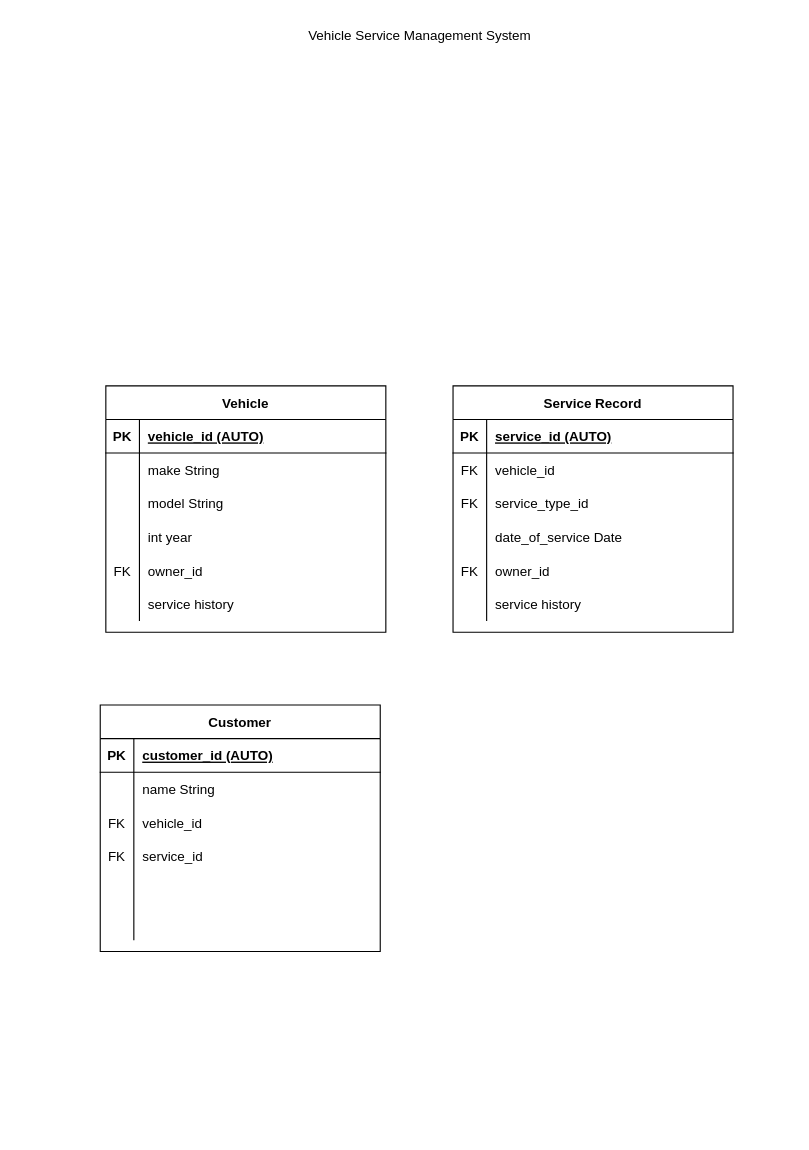
Earlier version of the draw.io diagram ModelDiagram.drawio (yasharya2901/VehicleServiceMangement). Source tidied: cells renumbered, new cells numbered last; positions are measured from the earlier drawing's top-left corner, leaving out a move shared by most shapes. Both pictures are drawn from the tidied source at 112%, with x=0, y=0 at pixel (100, 19).
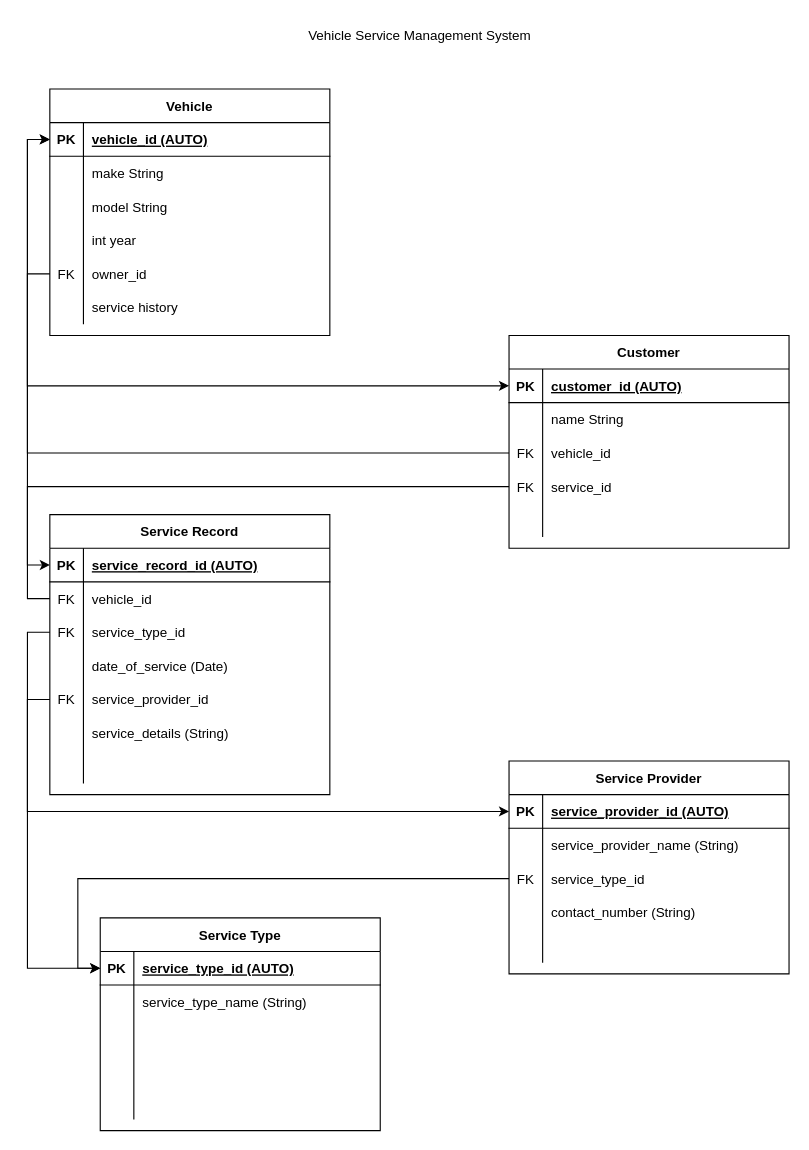
After the change.

Commit message (it also covers changes not shown here):
Update the Model Diagram

The change refers to these unchanged cells:
```xml
<mxCell id="3" style="shape=partialRectangle;fillColor=none;points=[[0,0.5],[1,0.5]];portConstraint=eastwest;top=0;left=0;right=0;bottom=1;" parent="2" vertex="1">
  <mxGeometry y="30" width="250" height="30" as="geometry" />
</mxCell>
<mxCell id="15" style="shape=partialRectangle;fillColor=none;points=[[0,0.5],[1,0.5]];portConstraint=eastwest;top=0;left=0;right=0;bottom=0;" parent="2" vertex="1">
  <mxGeometry y="150" width="250" height="30" as="geometry" />
</mxCell>
<mxCell id="23" style="shape=partialRectangle;fillColor=none;points=[[0,0.5],[1,0.5]];portConstraint=eastwest;top=0;left=0;right=0;bottom=1;" parent="22" vertex="1">
  <mxGeometry y="30" width="250" height="30" as="geometry" />
</mxCell>
<mxCell id="29" style="shape=partialRectangle;fillColor=none;points=[[0,0.5],[1,0.5]];portConstraint=eastwest;top=0;left=0;right=0;bottom=0;" parent="22" vertex="1">
  <mxGeometry y="90" width="250" height="30" as="geometry" />
</mxCell>
<mxCell id="32" style="shape=partialRectangle;fillColor=none;points=[[0,0.5],[1,0.5]];portConstraint=eastwest;top=0;left=0;right=0;bottom=0;" parent="22" vertex="1">
  <mxGeometry y="120" width="250" height="30" as="geometry" />
</mxCell>
<mxCell id="42" style="shape=partialRectangle;fillColor=none;points=[[0,0.5],[1,0.5]];portConstraint=eastwest;top=0;left=0;right=0;bottom=1;" parent="41" vertex="1">
  <mxGeometry y="30" width="250" height="30" as="geometry" />
</mxCell>
<mxCell id="45" style="shape=partialRectangle;fillColor=none;points=[[0,0.5],[1,0.5]];portConstraint=eastwest;top=0;left=0;right=0;bottom=0;" parent="41" vertex="1">
  <mxGeometry y="60" width="250" height="30" as="geometry" />
</mxCell>
<mxCell id="48" style="shape=partialRectangle;fillColor=none;points=[[0,0.5],[1,0.5]];portConstraint=eastwest;top=0;left=0;right=0;bottom=0;" parent="41" vertex="1">
  <mxGeometry y="90" width="250" height="30" as="geometry" />
</mxCell>
<mxCell id="51" style="shape=partialRectangle;fillColor=none;top=0;left=0;right=0;bottom=0;" parent="41" vertex="1">
  <mxGeometry y="120" width="250" height="30" as="geometry" />
</mxCell>
<mxCell id="54" style="shape=partialRectangle;fillColor=none;points=[[0,0.5],[1,0.5]];portConstraint=eastwest;top=0;left=0;right=0;bottom=0;" parent="41" vertex="1">
  <mxGeometry y="150" width="250" height="30" as="geometry" />
</mxCell>
<mxCell id="57" style="shape=partialRectangle;fillColor=none;top=0;left=0;right=0;bottom=0;" parent="41" vertex="1">
  <mxGeometry y="180" width="250" height="30" as="geometry" />
</mxCell>
```

Diff of the diagram source:
```diff
@@
     <mxCell id="2" value="Vehicle" style="shape=table;startSize=30;childLayout=tableLayout;rowLines=0;fontStyle=1;align=center;" parent="1" vertex="1">
-      <mxGeometry x="5" y="327" width="250" height="220" as="geometry" />
+      <mxGeometry x="-45" y="62" width="250" height="220" as="geometry" />
     </mxCell>
@@
     <mxCell id="22" value="Customer" style="shape=table;startSize=30;childLayout=tableLayout;rowLines=0;fontStyle=1;align=center;" parent="1" vertex="1">
-      <mxGeometry y="612" width="250" height="220" as="geometry" />
+      <mxGeometry x="365" y="282" width="250" height="190" as="geometry" />
     </mxCell>
@@
-    <mxCell id="38" style="shape=partialRectangle;fillColor=none;top=0;left=0;right=0;bottom=0;" parent="22" vertex="1">
-      <mxGeometry y="180" width="250" height="30" as="geometry" />
-    </mxCell>
-    <mxCell id="39" style="shape=partialRectangle;overflow=hidden;fillColor=none;top=0;left=0;bottom=0;right=0;" parent="38" vertex="1">
-      <mxGeometry width="30" height="30" as="geometry" />
-    </mxCell>
-    <mxCell id="40" style="shape=partialRectangle;overflow=hidden;fillColor=none;top=0;left=0;bottom=0;right=0;align=left;spacingLeft=6;" parent="38" vertex="1">
-      <mxGeometry x="30" width="220" height="30" as="geometry" />
-    </mxCell>
     <mxCell id="41" value="Service Record" style="shape=table;startSize=30;childLayout=tableLayout;rowLines=0;fontStyle=1;align=center;" parent="1" vertex="1">
-      <mxGeometry x="315" y="327" width="250" height="220" as="geometry" />
+      <mxGeometry x="-45" y="442" width="250" height="250" as="geometry" />
     </mxCell>
@@
-    <mxCell id="44" value="service_id (AUTO)" style="shape=partialRectangle;overflow=hidden;fillColor=none;top=0;left=0;bottom=0;right=0;align=left;spacingLeft=6;fontStyle=5;" parent="42" vertex="1">
+    <mxCell id="44" value="service_record_id (AUTO)" style="shape=partialRectangle;overflow=hidden;fillColor=none;top=0;left=0;bottom=0;right=0;align=left;spacingLeft=6;fontStyle=5;" parent="42" vertex="1">
       <mxGeometry x="30" width="220" height="30" as="geometry" />
     </mxCell>
@@
-    <mxCell id="53" value="date_of_service Date" style="shape=partialRectangle;overflow=hidden;fillColor=none;top=0;left=0;bottom=0;right=0;align=left;spacingLeft=6;" parent="51" vertex="1">
+    <mxCell id="53" value="date_of_service (Date)" style="shape=partialRectangle;overflow=hidden;fillColor=none;top=0;left=0;bottom=0;right=0;align=left;spacingLeft=6;" parent="51" vertex="1">
       <mxGeometry x="30" width="220" height="30" as="geometry" />
     </mxCell>
@@
-    <mxCell id="56" value="owner_id" style="shape=partialRectangle;overflow=hidden;fillColor=none;top=0;left=0;bottom=0;right=0;align=left;spacingLeft=6;" parent="54" vertex="1">
+    <mxCell id="56" value="service_provider_id" style="shape=partialRectangle;overflow=hidden;fillColor=none;top=0;left=0;bottom=0;right=0;align=left;spacingLeft=6;" parent="54" vertex="1">
       <mxGeometry x="30" width="220" height="30" as="geometry" />
     </mxCell>
@@
-    <mxCell id="59" value="service history" style="shape=partialRectangle;overflow=hidden;fillColor=none;top=0;left=0;bottom=0;right=0;align=left;spacingLeft=6;" parent="57" vertex="1">
+    <mxCell id="59" value="service_details (String)" style="shape=partialRectangle;overflow=hidden;fillColor=none;top=0;left=0;bottom=0;right=0;align=left;spacingLeft=6;" parent="57" vertex="1">
       <mxGeometry x="30" width="220" height="30" as="geometry" />
     </mxCell>
+    <mxCell id="60" style="shape=partialRectangle;fillColor=none;top=0;left=0;right=0;bottom=0;" parent="41" vertex="1">
+      <mxGeometry y="210" width="250" height="30" as="geometry" />
+    </mxCell>
+    <mxCell id="61" style="shape=partialRectangle;overflow=hidden;fillColor=none;top=0;left=0;bottom=0;right=0;" parent="60" vertex="1">
+      <mxGeometry width="30" height="30" as="geometry" />
+    </mxCell>
+    <mxCell id="62" style="shape=partialRectangle;overflow=hidden;fillColor=none;top=0;left=0;bottom=0;right=0;align=left;spacingLeft=6;" parent="60" vertex="1">
+      <mxGeometry x="30" width="220" height="30" as="geometry" />
+    </mxCell>
+    <mxCell id="63" value="Service Type" style="shape=table;startSize=30;childLayout=tableLayout;rowLines=0;fontStyle=1;align=center;" parent="1" vertex="1">
+      <mxGeometry y="802" width="250" height="190" as="geometry" />
+    </mxCell>
+    <mxCell id="64" style="shape=partialRectangle;fillColor=none;points=[[0,0.5],[1,0.5]];portConstraint=eastwest;top=0;left=0;right=0;bottom=1;" parent="63" vertex="1">
+      <mxGeometry y="30" width="250" height="30" as="geometry" />
+    </mxCell>
+    <mxCell id="65" value="PK" style="shape=partialRectangle;overflow=hidden;fillColor=none;top=0;left=0;bottom=0;right=0;fontStyle=1;" parent="64" vertex="1">
+      <mxGeometry width="30" height="30" as="geometry" />
+    </mxCell>
+    <mxCell id="66" value="service_type_id (AUTO)" style="shape=partialRectangle;overflow=hidden;fillColor=none;top=0;left=0;bottom=0;right=0;align=left;spacingLeft=6;fontStyle=5;" parent="64" vertex="1">
+      <mxGeometry x="30" width="220" height="30" as="geometry" />
+    </mxCell>
+    <mxCell id="67" style="shape=partialRectangle;fillColor=none;top=0;left=0;right=0;bottom=0;" parent="63" vertex="1">
+      <mxGeometry y="60" width="250" height="30" as="geometry" />
+    </mxCell>
+    <mxCell id="68" style="shape=partialRectangle;overflow=hidden;fillColor=none;top=0;left=0;bottom=0;right=0;" parent="67" vertex="1">
+      <mxGeometry width="30" height="30" as="geometry" />
+    </mxCell>
+    <mxCell id="69" value="service_type_name (String)" style="shape=partialRectangle;overflow=hidden;fillColor=none;top=0;left=0;bottom=0;right=0;align=left;spacingLeft=6;" parent="67" vertex="1">
+      <mxGeometry x="30" width="220" height="30" as="geometry" />
+    </mxCell>
+    <mxCell id="70" style="shape=partialRectangle;fillColor=none;top=0;left=0;right=0;bottom=0;" parent="63" vertex="1">
+      <mxGeometry y="90" width="250" height="30" as="geometry" />
+    </mxCell>
+    <mxCell id="71" style="shape=partialRectangle;overflow=hidden;fillColor=none;top=0;left=0;bottom=0;right=0;" parent="70" vertex="1">
+      <mxGeometry width="30" height="30" as="geometry" />
+    </mxCell>
+    <mxCell id="72" style="shape=partialRectangle;overflow=hidden;fillColor=none;top=0;left=0;bottom=0;right=0;align=left;spacingLeft=6;" parent="70" vertex="1">
+      <mxGeometry x="30" width="220" height="30" as="geometry" />
+    </mxCell>
+    <mxCell id="73" style="shape=partialRectangle;fillColor=none;top=0;left=0;right=0;bottom=0;" parent="63" vertex="1">
+      <mxGeometry y="120" width="250" height="30" as="geometry" />
+    </mxCell>
+    <mxCell id="74" style="shape=partialRectangle;overflow=hidden;fillColor=none;top=0;left=0;bottom=0;right=0;" parent="73" vertex="1">
+      <mxGeometry width="30" height="30" as="geometry" />
+    </mxCell>
+    <mxCell id="75" style="shape=partialRectangle;overflow=hidden;fillColor=none;top=0;left=0;bottom=0;right=0;align=left;spacingLeft=6;" parent="73" vertex="1">
+      <mxGeometry x="30" width="220" height="30" as="geometry" />
+    </mxCell>
+    <mxCell id="76" style="shape=partialRectangle;fillColor=none;top=0;left=0;right=0;bottom=0;" parent="63" vertex="1">
+      <mxGeometry y="150" width="250" height="30" as="geometry" />
+    </mxCell>
+    <mxCell id="77" style="shape=partialRectangle;overflow=hidden;fillColor=none;top=0;left=0;bottom=0;right=0;" parent="76" vertex="1">
+      <mxGeometry width="30" height="30" as="geometry" />
+    </mxCell>
+    <mxCell id="78" style="shape=partialRectangle;overflow=hidden;fillColor=none;top=0;left=0;bottom=0;right=0;align=left;spacingLeft=6;" parent="76" vertex="1">
+      <mxGeometry x="30" width="220" height="30" as="geometry" />
+    </mxCell>
+    <mxCell id="79" value="Service Provider" style="shape=table;startSize=30;childLayout=tableLayout;rowLines=0;fontStyle=1;align=center;" parent="1" vertex="1">
+      <mxGeometry x="365" y="662" width="250" height="190" as="geometry" />
+    </mxCell>
+    <mxCell id="80" style="shape=partialRectangle;fillColor=none;points=[[0,0.5],[1,0.5]];portConstraint=eastwest;top=0;left=0;right=0;bottom=1;" parent="79" vertex="1">
+      <mxGeometry y="30" width="250" height="30" as="geometry" />
+    </mxCell>
+    <mxCell id="81" value="PK" style="shape=partialRectangle;overflow=hidden;fillColor=none;top=0;left=0;bottom=0;right=0;fontStyle=1;" parent="80" vertex="1">
+      <mxGeometry width="30" height="30" as="geometry" />
+    </mxCell>
+    <mxCell id="82" value="service_provider_id (AUTO)" style="shape=partialRectangle;overflow=hidden;fillColor=none;top=0;left=0;bottom=0;right=0;align=left;spacingLeft=6;fontStyle=5;" parent="80" vertex="1">
+      <mxGeometry x="30" width="220" height="30" as="geometry" />
+    </mxCell>
+    <mxCell id="83" style="shape=partialRectangle;fillColor=none;top=0;left=0;right=0;bottom=0;" parent="79" vertex="1">
+      <mxGeometry y="60" width="250" height="30" as="geometry" />
+    </mxCell>
+    <mxCell id="84" style="shape=partialRectangle;overflow=hidden;fillColor=none;top=0;left=0;bottom=0;right=0;" parent="83" vertex="1">
+      <mxGeometry width="30" height="30" as="geometry" />
+    </mxCell>
+    <mxCell id="85" value="service_provider_name (String)" style="shape=partialRectangle;overflow=hidden;fillColor=none;top=0;left=0;bottom=0;right=0;align=left;spacingLeft=6;" parent="83" vertex="1">
+      <mxGeometry x="30" width="220" height="30" as="geometry" />
+    </mxCell>
+    <mxCell id="86" style="shape=partialRectangle;fillColor=none;points=[[0,0.5],[1,0.5]];portConstraint=eastwest;top=0;left=0;right=0;bottom=0;" parent="79" vertex="1">
+      <mxGeometry y="90" width="250" height="30" as="geometry" />
+    </mxCell>
+    <mxCell id="87" value="FK" style="shape=partialRectangle;overflow=hidden;fillColor=none;top=0;left=0;bottom=0;right=0;" parent="86" vertex="1">
+      <mxGeometry width="30" height="30" as="geometry" />
+    </mxCell>
+    <mxCell id="88" value="service_type_id" style="shape=partialRectangle;overflow=hidden;fillColor=none;top=0;left=0;bottom=0;right=0;align=left;spacingLeft=6;" parent="86" vertex="1">
+      <mxGeometry x="30" width="220" height="30" as="geometry" />
+    </mxCell>
+    <mxCell id="89" style="shape=partialRectangle;fillColor=none;top=0;left=0;right=0;bottom=0;" parent="79" vertex="1">
+      <mxGeometry y="120" width="250" height="30" as="geometry" />
+    </mxCell>
+    <mxCell id="90" style="shape=partialRectangle;overflow=hidden;fillColor=none;top=0;left=0;bottom=0;right=0;" parent="89" vertex="1">
+      <mxGeometry width="30" height="30" as="geometry" />
+    </mxCell>
+    <mxCell id="91" value="contact_number (String)" style="shape=partialRectangle;overflow=hidden;fillColor=none;top=0;left=0;bottom=0;right=0;align=left;spacingLeft=6;" parent="89" vertex="1">
+      <mxGeometry x="30" width="220" height="30" as="geometry" />
+    </mxCell>
+    <mxCell id="92" style="shape=partialRectangle;fillColor=none;top=0;left=0;right=0;bottom=0;" parent="79" vertex="1">
+      <mxGeometry y="150" width="250" height="30" as="geometry" />
+    </mxCell>
+    <mxCell id="93" style="shape=partialRectangle;overflow=hidden;fillColor=none;top=0;left=0;bottom=0;right=0;" parent="92" vertex="1">
+      <mxGeometry width="30" height="30" as="geometry" />
+    </mxCell>
+    <mxCell id="94" style="shape=partialRectangle;overflow=hidden;fillColor=none;top=0;left=0;bottom=0;right=0;align=left;spacingLeft=6;" parent="92" vertex="1">
+      <mxGeometry x="30" width="220" height="30" as="geometry" />
+    </mxCell>
+    <mxCell id="95" style="edgeStyle=orthogonalEdgeStyle;rounded=0;jettySize=auto;html=1;exitX=0;exitY=0.5;exitDx=0;exitDy=0;entryX=0;entryY=0.5;entryDx=0;entryDy=0;" parent="1" edge="1" source="15" target="23">
+      <mxGeometry relative="1" as="geometry" />
+    </mxCell>
+    <mxCell id="96" style="edgeStyle=orthogonalEdgeStyle;rounded=0;jettySize=auto;html=1;exitX=0;exitY=0.5;exitDx=0;exitDy=0;entryX=0;entryY=0.5;entryDx=0;entryDy=0;" parent="1" edge="1" source="29" target="3">
+      <mxGeometry relative="1" as="geometry" />
+    </mxCell>
+    <mxCell id="97" style="edgeStyle=orthogonalEdgeStyle;rounded=0;jettySize=auto;html=1;exitX=0;exitY=0.5;exitDx=0;exitDy=0;entryX=0;entryY=0.5;entryDx=0;entryDy=0;" parent="1" edge="1" source="32" target="42">
+      <mxGeometry relative="1" as="geometry" />
+    </mxCell>
+    <mxCell id="98" style="edgeStyle=orthogonalEdgeStyle;rounded=0;jettySize=auto;html=1;exitX=0;exitY=0.5;exitDx=0;exitDy=0;entryX=0;entryY=0.5;entryDx=0;entryDy=0;" parent="1" edge="1" source="45" target="3">
+      <mxGeometry relative="1" as="geometry" />
+    </mxCell>
+    <mxCell id="99" style="edgeStyle=orthogonalEdgeStyle;rounded=0;jettySize=auto;html=1;exitX=0;exitY=0.5;exitDx=0;exitDy=0;entryX=0;entryY=0.5;entryDx=0;entryDy=0;" parent="1" edge="1" source="48" target="64">
+      <mxGeometry relative="1" as="geometry" />
+    </mxCell>
+    <mxCell id="100" style="edgeStyle=orthogonalEdgeStyle;rounded=0;jettySize=auto;html=1;exitX=0;exitY=0.5;exitDx=0;exitDy=0;entryX=0;entryY=0.5;entryDx=0;entryDy=0;" parent="1" edge="1" source="54" target="80">
+      <mxGeometry relative="1" as="geometry" />
+    </mxCell>
+    <mxCell id="101" style="edgeStyle=orthogonalEdgeStyle;rounded=0;jettySize=auto;html=1;exitX=0;exitY=0.5;exitDx=0;exitDy=0;entryX=0;entryY=0.5;entryDx=0;entryDy=0;" parent="1" edge="1" source="86" target="64">
+      <mxGeometry relative="1" as="geometry" />
+    </mxCell>
```
